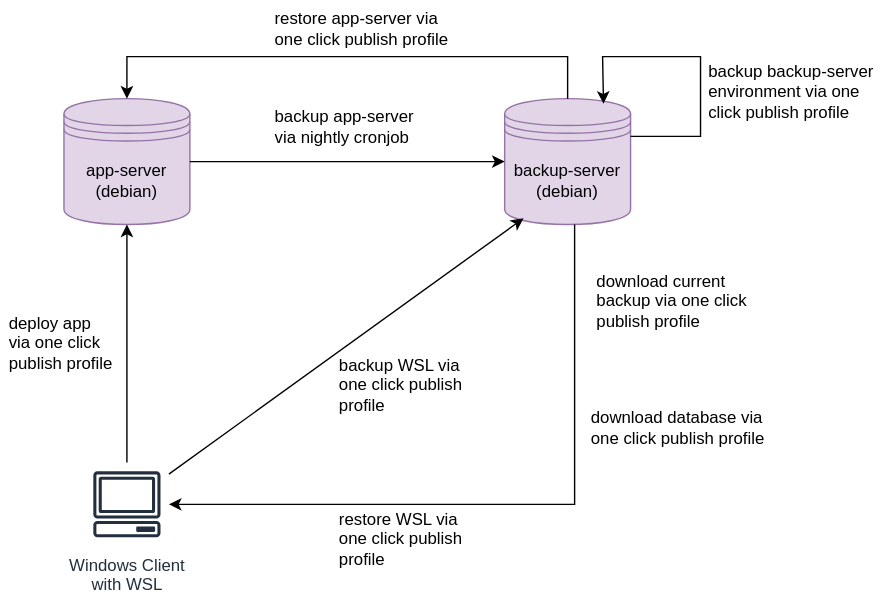
Earlier version of the draw.io export _images/architecture-server-setup.drawio.svg (gartenkralle/geolocation-services-doc). Source tidied: cells renumbered, new cells last; positions are measured from the earlier drawing's top-left corner, leaving out a move shared by most shapes.
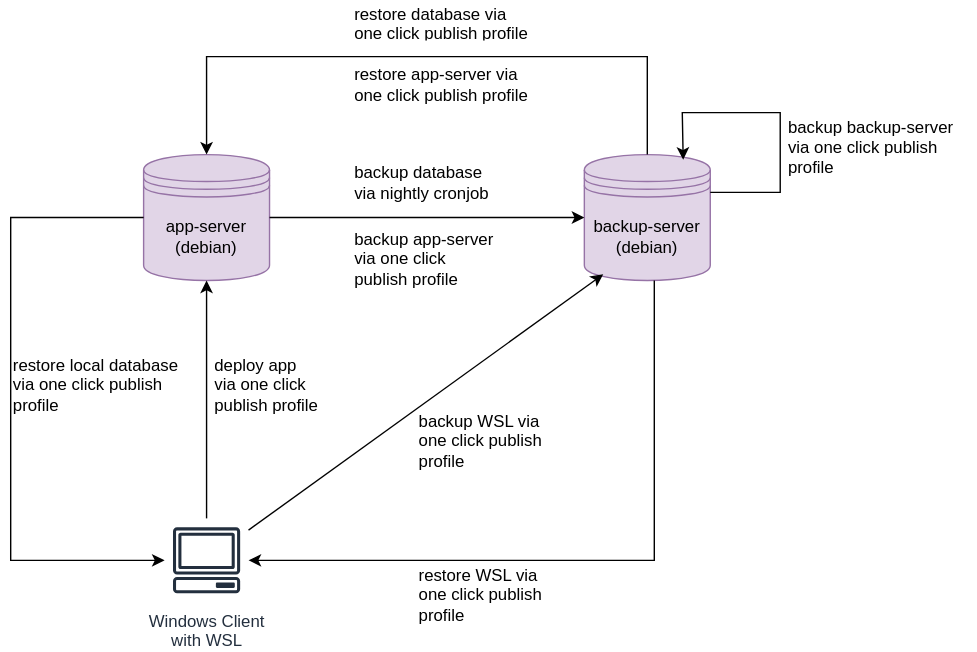
After the change.

Diff of the diagram source:
```diff
@@ -29,9 +29,9 @@
       </mxGeometry>
     </mxCell>
     <mxCell id="9" value="deploy app&lt;br&gt;via one click publish profile" style="text;strokeColor=none;fillColor=none;align=left;verticalAlign=middle;spacingLeft=4;spacingRight=4;overflow=hidden;whiteSpace=wrap;html=1;" parent="1" vertex="1">
-      <mxGeometry y="210" width="90" height="70" as="geometry" />
+      <mxGeometry x="90" y="200" width="90" height="70" as="geometry" />
     </mxCell>
-    <mxCell id="10" value="backup app-server via nightly cronjob" style="text;strokeColor=none;fillColor=none;align=left;verticalAlign=middle;spacingLeft=4;spacingRight=4;overflow=hidden;whiteSpace=wrap;html=1;" parent="1" vertex="1">
+    <mxCell id="10" value="backup database via nightly cronjob" style="text;strokeColor=none;fillColor=none;align=left;verticalAlign=middle;spacingLeft=4;spacingRight=4;overflow=hidden;whiteSpace=wrap;html=1;" parent="1" vertex="1">
       <mxGeometry x="190" y="70" width="110" height="40" as="geometry" />
     </mxCell>
     <mxCell id="11" value="restore WSL via one click publish profile" style="text;html=1;align=left;verticalAlign=middle;whiteSpace=wrap;rounded=0;" parent="1" vertex="1">
@@ -40,15 +40,14 @@
     <mxCell id="12" value="backup WSL via one click publish profile" style="text;html=1;align=left;verticalAlign=middle;whiteSpace=wrap;rounded=0;" parent="1" vertex="1">
       <mxGeometry x="240" y="260" width="110" height="30" as="geometry" />
     </mxCell>
-    <mxCell id="13" value="download database via one click publish profile" style="text;html=1;align=left;verticalAlign=middle;whiteSpace=wrap;rounded=0;" parent="1" vertex="1">
-      <mxGeometry x="420" y="290" width="130" height="30" as="geometry" />
+    <mxCell id="13" value="restore local database via one click publish profile" style="text;html=1;align=left;verticalAlign=middle;whiteSpace=wrap;rounded=0;" parent="1" vertex="1">
+      <mxGeometry x="-50" y="220" width="130" height="30" as="geometry" />
     </mxCell>
     <mxCell id="14" style="endArrow=classic;html=1;rounded=0;entryX=0.5;entryY=0;entryDx=0;entryDy=0;exitX=0.5;exitY=0;exitDx=0;exitDy=0;" parent="1" edge="1" source="3" target="2">
       <mxGeometry relative="1" as="geometry">
         <Array as="points">
-          <mxPoint x="405" y="40" />
-          <mxPoint x="240" y="40" />
-          <mxPoint x="90" y="40" />
+          <mxPoint x="405" />
+          <mxPoint x="90" />
         </Array>
       </mxGeometry>
     </mxCell>
@@ -65,11 +64,22 @@
         </Array>
       </mxGeometry>
     </mxCell>
-    <mxCell id="17" value="download current backup via one click publish profile" style="text;strokeColor=none;fillColor=none;align=left;verticalAlign=middle;spacingLeft=4;spacingRight=4;overflow=hidden;whiteSpace=wrap;html=1;" parent="1" vertex="1">
-      <mxGeometry x="420" y="190" width="120" height="50" as="geometry" />
-    </mxCell>
-    <mxCell id="18" value="backup backup-server environment via one click publish profile" style="text;strokeColor=none;fillColor=none;align=left;verticalAlign=middle;spacingLeft=4;spacingRight=4;overflow=hidden;whiteSpace=wrap;html=1;" parent="1" vertex="1">
+    <mxCell id="18" value="backup backup-server&amp;nbsp;&lt;div&gt;&lt;span style=&quot;background-color: initial;&quot;&gt;via one click publish profile&lt;/span&gt;&lt;/div&gt;" style="text;strokeColor=none;fillColor=none;align=left;verticalAlign=middle;spacingLeft=4;spacingRight=4;overflow=hidden;whiteSpace=wrap;html=1;" parent="1" vertex="1">
       <mxGeometry x="500" y="40" width="140" height="50" as="geometry" />
     </mxCell>
+    <mxCell id="19" style="endArrow=classic;html=1;rounded=0;exitX=0;exitY=0.5;exitDx=0;exitDy=0;" parent="1" edge="1" source="2" target="4">
+      <mxGeometry relative="1" as="geometry">
+        <Array as="points">
+          <mxPoint x="-50" y="115" />
+          <mxPoint x="-50" y="360" />
+        </Array>
+      </mxGeometry>
+    </mxCell>
+    <mxCell id="20" value="backup app-server via one click publish profile" style="text;strokeColor=none;fillColor=none;align=left;verticalAlign=middle;spacingLeft=4;spacingRight=4;overflow=hidden;whiteSpace=wrap;html=1;" parent="1" vertex="1">
+      <mxGeometry x="190" y="120" width="110" height="50" as="geometry" />
+    </mxCell>
+    <mxCell id="21" value="restore database via one click publish profile" style="text;strokeColor=none;fillColor=none;align=left;verticalAlign=middle;spacingLeft=4;spacingRight=4;overflow=hidden;whiteSpace=wrap;html=1;" parent="1" vertex="1">
+      <mxGeometry x="190" y="-40" width="140" height="30" as="geometry" />
+    </mxCell>
   </root>
 </mxGraphModel>
```
